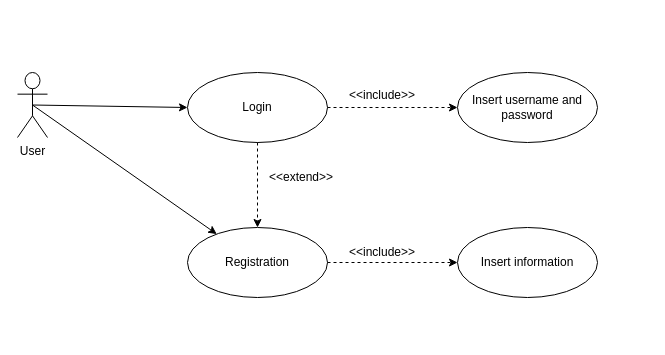
Before: doc/Models/Use Case Diagrams/Login.drawio in giodag/eagleLibrary, a draw.io diagram. Source tidied: cells renumbered, new cells numbered last; positions are measured from the earlier drawing's top-left corner, leaving out a move shared by most shapes. Both pictures are drawn from the tidied source at 100%, with x=0, y=0 at pixel (17, 72).
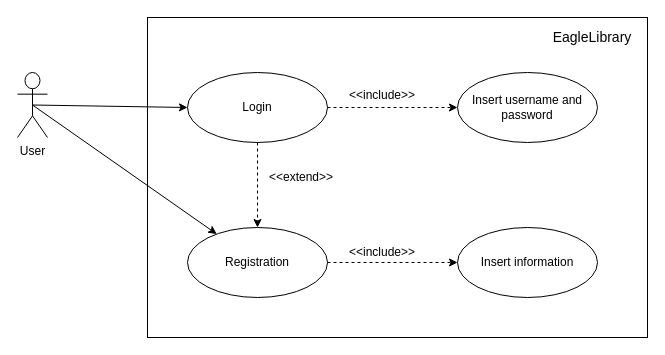
Above is the later version.

Commit message (it also covers changes not shown here):
fix use case

What changed in the source:
```diff
@@
 <mxGraphModel>
   <root>
     <mxCell id="0" />
     <mxCell id="1" parent="0" />
+    <mxCell id="15" style="rounded=0;whiteSpace=wrap;html=1;fontFamily=Helvetica;fontSize=14;verticalAlign=middle;" parent="1" vertex="1">
+      <mxGeometry x="130" y="-55" width="500" height="320" as="geometry" />
+    </mxCell>
     <mxCell id="2" value="Login" style="ellipse;whiteSpace=wrap;html=1;" parent="1" vertex="1">
       <mxGeometry x="170" width="140" height="70" as="geometry" />
     </mxCell>
     <mxCell id="3" value="User" style="shape=umlActor;verticalLabelPosition=bottom;labelBackgroundColor=#ffffff;verticalAlign=top;html=1;" parent="1" vertex="1">
       <mxGeometry width="30" height="65" as="geometry" />
     </mxCell>
     <mxCell id="4" style="endArrow=classic;html=1;exitX=0.5;exitY=0.5;exitDx=0;exitDy=0;exitPerimeter=0;entryX=0;entryY=0.5;entryDx=0;entryDy=0;" parent="1" edge="1" source="3" target="2">
       <mxGeometry relative="1" as="geometry" />
     </mxCell>
     <mxCell id="5" value="Registration" style="ellipse;whiteSpace=wrap;html=1;" parent="1" vertex="1">
       <mxGeometry x="170" y="155" width="140" height="70" as="geometry" />
     </mxCell>
     <mxCell id="6" style="endArrow=classic;html=1;dashed=1;" parent="1" edge="1" source="2" target="5">
       <mxGeometry relative="1" as="geometry" />
     </mxCell>
     <mxCell id="7" value="&amp;lt;&amp;lt;extend&amp;gt;&amp;gt;" style="text;html=1;align=left;verticalAlign=top;spacingTop=-4;" parent="1" vertex="1">
       <mxGeometry x="250" y="95" width="80" height="20" as="geometry" />
     </mxCell>
     <mxCell id="8" style="endArrow=classic;html=1;exitX=0.5;exitY=0.5;exitDx=0;exitDy=0;exitPerimeter=0;" parent="1" edge="1" source="3" target="5">
       <mxGeometry relative="1" as="geometry" />
     </mxCell>
     <mxCell id="9" style="endArrow=classic;html=1;exitX=1;exitY=0.5;exitDx=0;exitDy=0;dashed=1;" parent="1" edge="1" source="2">
       <mxGeometry relative="1" as="geometry">
         <mxPoint x="440" y="35" as="targetPoint" />
       </mxGeometry>
     </mxCell>
     <mxCell id="10" style="endArrow=classic;html=1;dashed=1;exitX=1;exitY=0.5;exitDx=0;exitDy=0;" parent="1" edge="1" source="5">
       <mxGeometry relative="1" as="geometry">
         <mxPoint x="440" y="190" as="targetPoint" />
       </mxGeometry>
     </mxCell>
     <mxCell id="11" value="&amp;lt;&amp;lt;include&amp;gt;&amp;gt;" style="text;html=1;align=left;verticalAlign=top;spacingTop=-4;" parent="1" vertex="1">
       <mxGeometry x="330" y="170" width="80" height="20" as="geometry" />
     </mxCell>
     <mxCell id="12" value="&amp;lt;&amp;lt;include&amp;gt;&amp;gt;" style="text;html=1;align=left;verticalAlign=top;spacingTop=-4;" parent="1" vertex="1">
       <mxGeometry x="330" y="12.5" width="80" height="20" as="geometry" />
     </mxCell>
     <mxCell id="13" value="Insert username and password" style="ellipse;whiteSpace=wrap;html=1;" parent="1" vertex="1">
       <mxGeometry x="440" width="140" height="70" as="geometry" />
     </mxCell>
     <mxCell id="14" value="Insert information" style="ellipse;whiteSpace=wrap;html=1;" parent="1" vertex="1">
       <mxGeometry x="440" y="155" width="140" height="70" as="geometry" />
     </mxCell>
+    <mxCell id="16" value="EagleLibrary" style="text;html=1;strokeColor=none;fillColor=none;align=center;verticalAlign=middle;whiteSpace=wrap;rounded=0;fontFamily=Helvetica;fontSize=14;" parent="1" vertex="1">
+      <mxGeometry x="530" y="-45" width="90" height="20" as="geometry" />
+    </mxCell>
   </root>
 </mxGraphModel>
```
